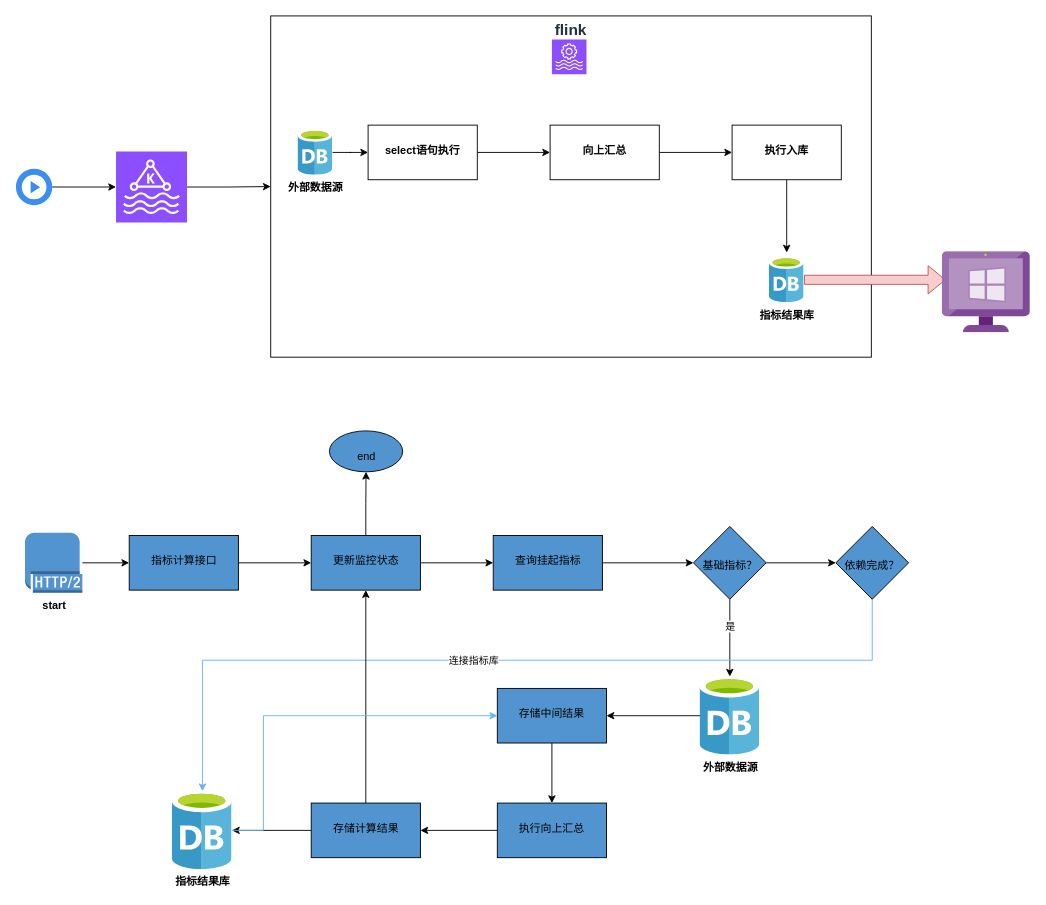
The draw.io diagram flow/zbgl.drawio in greensland/draw, before the edit. Source tidied: cells renumbered, new cells numbered last; positions are measured from the earlier drawing's top-left corner, leaving out a move shared by most shapes. Both pictures are drawn from the tidied source at 91%, with x=0, y=0 at pixel (15, 15).
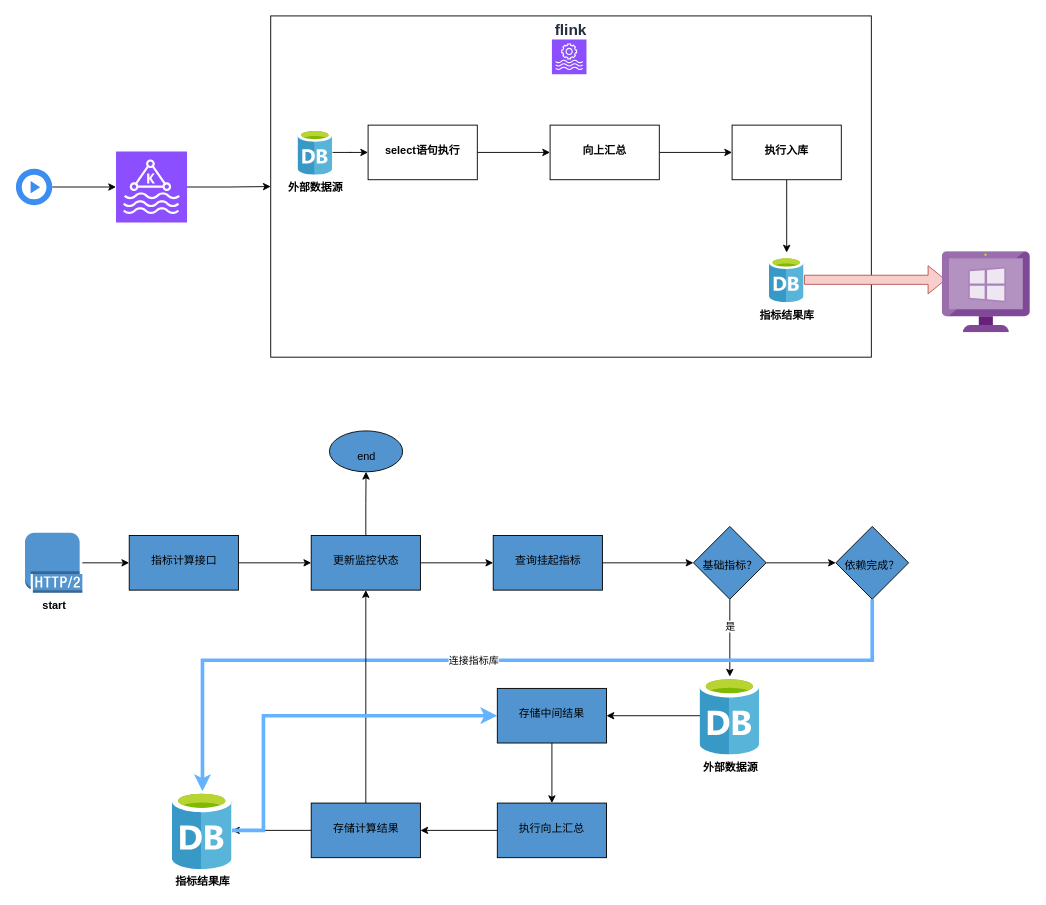
Above is the later version.

Unchanged cells that the change refers to:
```xml
<mxCell id="34" value="&lt;br&gt;存储中间结果" style="whiteSpace=wrap;html=1;verticalAlign=top;fillColor=#5294CF;dashed=0;gradientColor=none;" parent="1" vertex="1">
  <mxGeometry x="529" y="739" width="120" height="60" as="geometry" />
</mxCell>
<mxCell id="39" value="&lt;br&gt;&lt;br&gt;依赖完成？" style="rhombus;whiteSpace=wrap;html=1;verticalAlign=top;fillColor=#5294CF;dashed=0;gradientColor=none;" parent="1" vertex="1">
  <mxGeometry x="901" y="561" width="80" height="80" as="geometry" />
</mxCell>
<mxCell id="44" value="&lt;b&gt;指标结果库&lt;/b&gt;" style="image;sketch=0;html=1;points=[];align=center;fontSize=12;image=img/lib/mscae/Database_General.svg;" parent="1" vertex="1">
  <mxGeometry x="172" y="852" width="65.4" height="86" as="geometry" />
</mxCell>
```

Diff of the diagram source:
```diff
@@
-    <mxCell id="37" style="edgeStyle=orthogonalEdgeStyle;rounded=0;jettySize=auto;html=1;exitX=0.5;exitY=1;exitDx=0;exitDy=0;strokeColor=#66B2FF;" parent="1" edge="1" source="39" target="44">
+    <mxCell id="37" style="edgeStyle=orthogonalEdgeStyle;rounded=0;jettySize=auto;html=1;exitX=0.5;exitY=1;exitDx=0;exitDy=0;strokeColor=#66B2FF;strokeWidth=4;" parent="1" edge="1" source="39" target="44">
       <mxGeometry relative="1" as="geometry">
         <Array as="points">
           <mxPoint x="941" y="708" />
           <mxPoint x="205" y="708" />
         </Array>
       </mxGeometry>
     </mxCell>
@@
-    <mxCell id="43" style="edgeStyle=orthogonalEdgeStyle;rounded=0;jettySize=auto;html=1;entryX=0;entryY=0.5;entryDx=0;entryDy=0;strokeColor=#66B2FF;" parent="1" edge="1" source="44" target="34">
+    <mxCell id="43" style="edgeStyle=orthogonalEdgeStyle;rounded=0;jettySize=auto;html=1;entryX=0;entryY=0.5;entryDx=0;entryDy=0;strokeColor=#66B2FF;strokeWidth=4;" parent="1" edge="1" source="44" target="34">
       <mxGeometry relative="1" as="geometry">
         <Array as="points">
           <mxPoint x="272" y="895" />
           <mxPoint x="272" y="769" />
         </Array>
       </mxGeometry>
     </mxCell>
```
